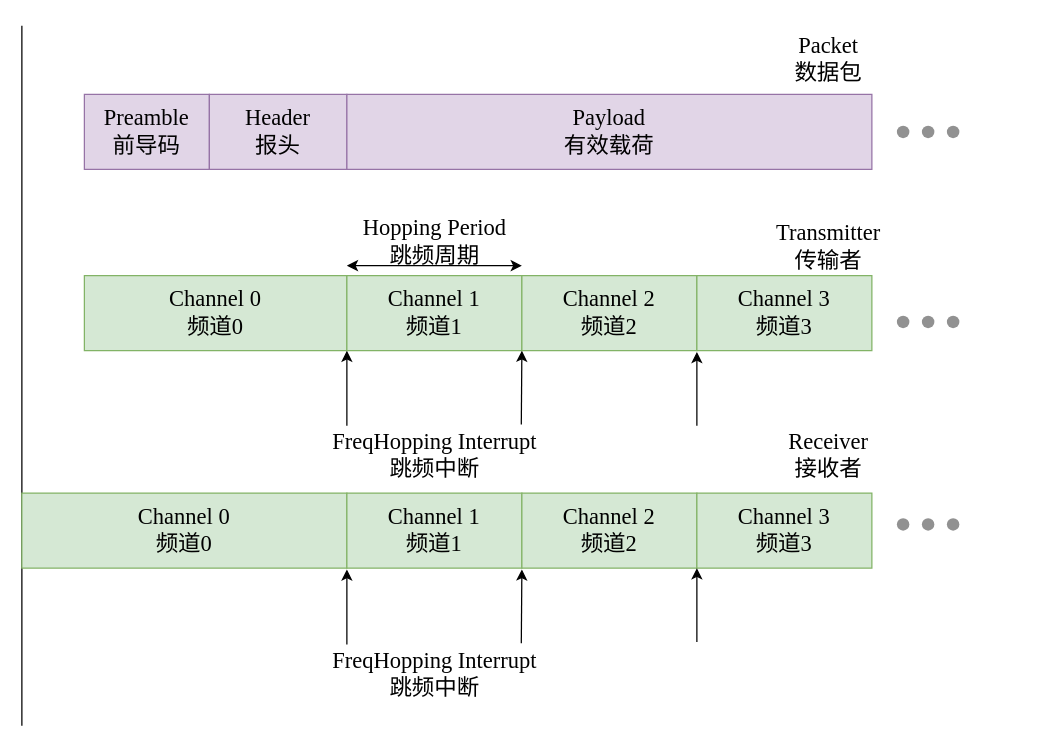
The draw.io diagram LoRa数据包时频图.drawio in SplenDidMav/BIT_CyberSecurity_Program, before the edit. Source tidied: cells renumbered, new cells numbered last; positions are measured from the earlier drawing's top-left corner, leaving out a move shared by most shapes. Both pictures are drawn from the tidied source at 125%, with x=0, y=0 at pixel (21, 21).
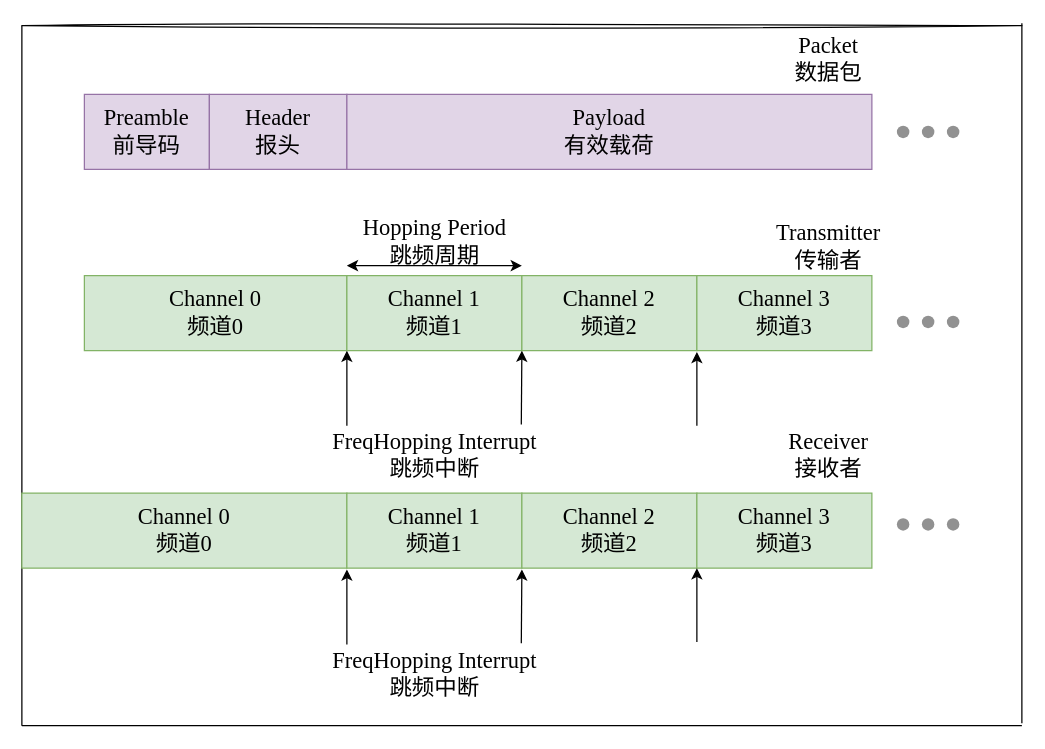
After the change.

Commit message:
更新LoRa数据包时频图.drawio

Diff of the diagram source:
```diff
@@
+    <mxCell id="36" style="endArrow=none;html=1;rounded=0;" parent="1" edge="1">
+      <mxGeometry relative="1" as="geometry">
+        <mxPoint x="800" y="561" as="sourcePoint" />
+        <mxPoint x="800" y="1" as="targetPoint" />
+        <Array as="points">
+          <mxPoint x="800" y="191" />
+        </Array>
+      </mxGeometry>
+    </mxCell>
+    <mxCell id="37" style="endArrow=none;html=1;rounded=0;sketch=1;hachureGap=4;jiggle=2;curveFitting=1;fontFamily=Architects Daughter;" parent="1" edge="1">
+      <mxGeometry relative="1" as="geometry">
+        <mxPoint y="3" as="sourcePoint" />
+        <mxPoint x="800" y="3" as="targetPoint" />
+      </mxGeometry>
+    </mxCell>
+    <mxCell id="38" style="endArrow=none;html=1;rounded=0;" parent="1" edge="1">
+      <mxGeometry relative="1" as="geometry">
+        <mxPoint x="800" y="563" as="sourcePoint" />
+        <mxPoint y="563" as="targetPoint" />
+      </mxGeometry>
+    </mxCell>
```
